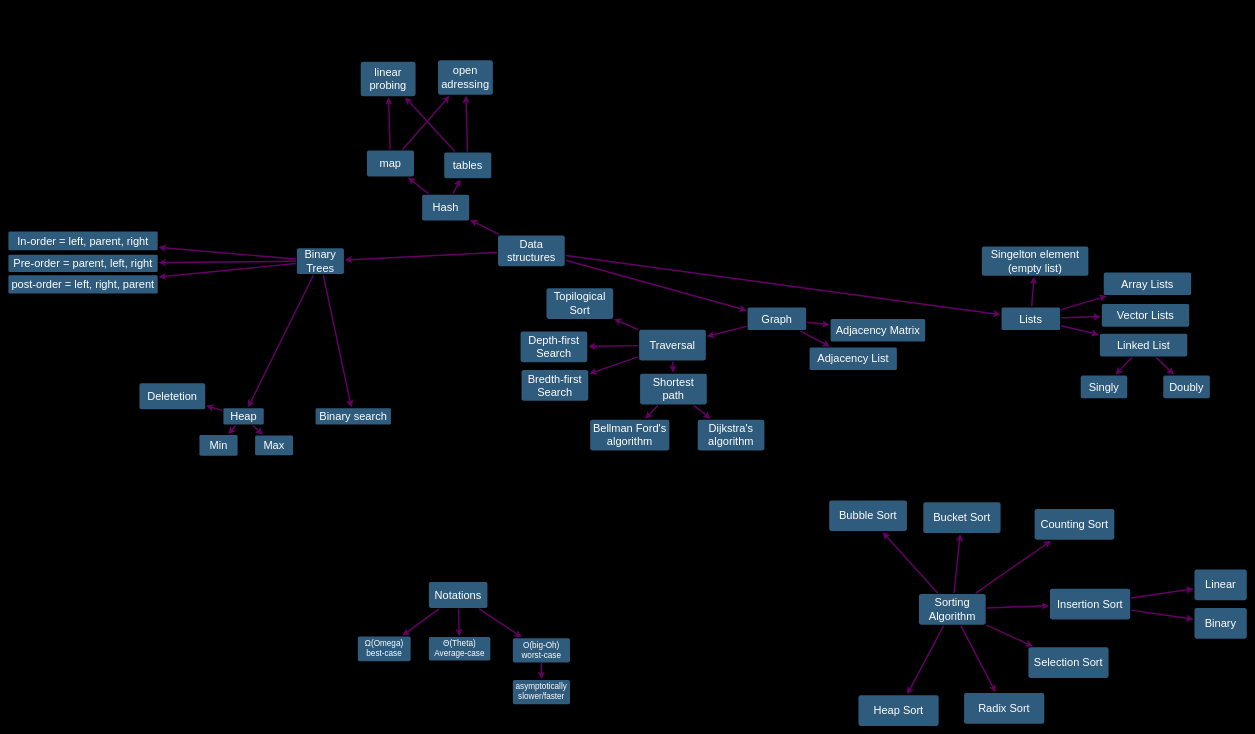
mogggen/Datastrukturer-och-algoritmer keeps this draw.io diagram as Datastrukturer och algoritmer/Topics map.drawio. Above is the earlier version. Source tidied: cells renumbered, new cells numbered last; positions are measured from the earlier drawing's top-left corner, leaving out a move shared by most shapes. Both pictures are drawn from the tidied source at 48%, with x=0, y=0 at pixel (8, 60).
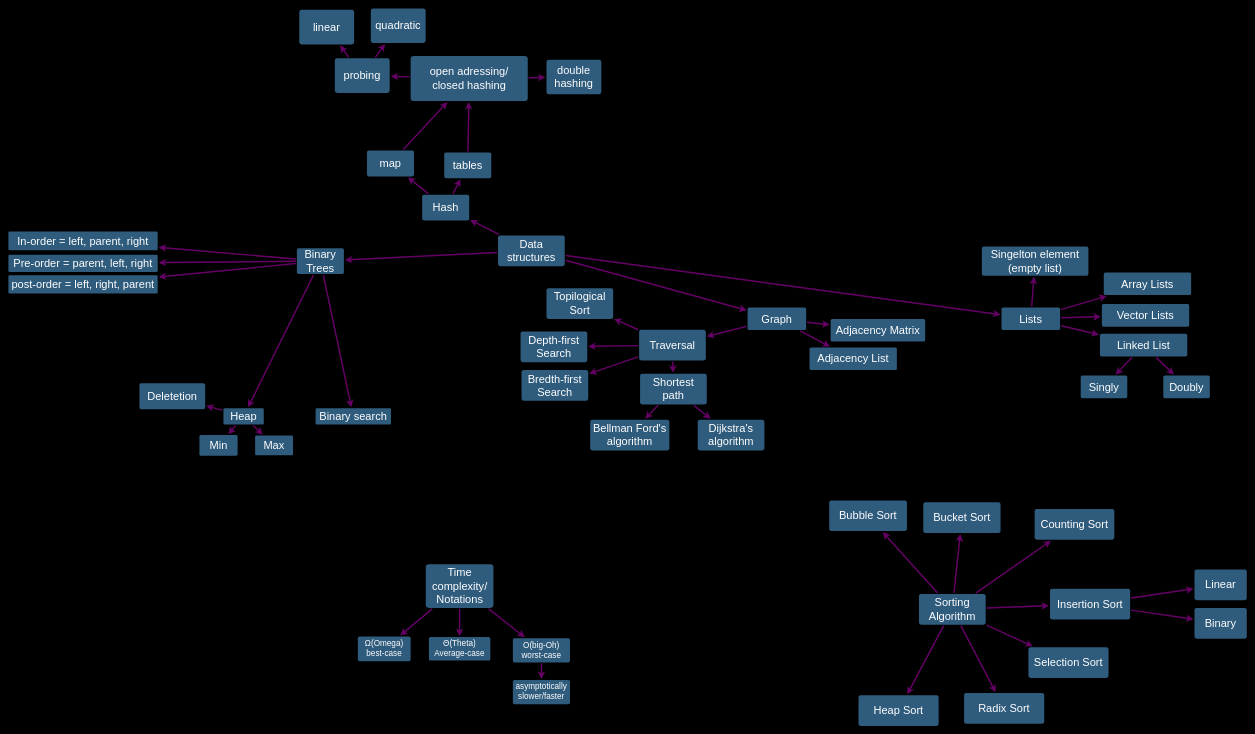
The same diagram, later.

The change refers to these unchanged cells:
```xml
<mxCell id="79" value="tables" style="rounded=1;whiteSpace=wrap;html=1;shadow=0;labelBackgroundColor=none;strokeColor=none;strokeWidth=3;fillColor=#2F5B7C;fontFamily=Helvetica;fontSize=23;fontColor=#FFFFFF;align=center;fontStyle=0;spacing=5;arcSize=7;perimeterSpacing=2;glass=0;" parent="1" vertex="1">
  <mxGeometry x="908" y="192" width="98" height="54" as="geometry" />
</mxCell>
<mxCell id="81" value="map" style="rounded=1;whiteSpace=wrap;html=1;shadow=0;labelBackgroundColor=none;strokeColor=none;strokeWidth=3;fillColor=#2F5B7C;fontFamily=Helvetica;fontSize=23;fontColor=#FFFFFF;align=center;fontStyle=0;spacing=5;arcSize=7;perimeterSpacing=2;glass=0;" parent="1" vertex="1">
  <mxGeometry x="747" y="188" width="98" height="54" as="geometry" />
</mxCell>
```

Diff of the diagram source:
```diff
@@
-    <mxCell id="27" value="Notations" style="rounded=1;whiteSpace=wrap;html=1;shadow=0;labelBackgroundColor=none;strokeColor=none;strokeWidth=3;fillColor=#2F5B7C;fontFamily=Helvetica;fontSize=23;fontColor=#FFFFFF;align=center;fontStyle=0;spacing=5;arcSize=7;perimeterSpacing=2;glass=0;" parent="1" vertex="1">
-      <mxGeometry x="876" y="1087" width="122" height="54" as="geometry" />
+    <mxCell id="27" value="Time complexity/ Notations" style="rounded=1;whiteSpace=wrap;html=1;shadow=0;labelBackgroundColor=none;strokeColor=none;strokeWidth=3;fillColor=#2F5B7C;fontFamily=Helvetica;fontSize=23;fontColor=#FFFFFF;align=center;fontStyle=0;spacing=5;arcSize=7;perimeterSpacing=2;glass=0;" parent="1" vertex="1">
+      <mxGeometry x="869.5" y="1050" width="141" height="91" as="geometry" />
     </mxCell>
@@
-    <mxCell id="83" value="linear probing" style="rounded=1;whiteSpace=wrap;html=1;shadow=0;labelBackgroundColor=none;strokeColor=none;strokeWidth=3;fillColor=#2F5B7C;fontFamily=Helvetica;fontSize=23;fontColor=#FFFFFF;align=center;fontStyle=0;spacing=5;arcSize=7;perimeterSpacing=2;glass=0;" parent="1" vertex="1">
-      <mxGeometry x="734" y="3" width="114.3" height="72" as="geometry" />
+    <mxCell id="83" value="linear" style="rounded=1;whiteSpace=wrap;html=1;shadow=0;labelBackgroundColor=none;strokeColor=none;strokeWidth=3;fillColor=#2F5B7C;fontFamily=Helvetica;fontSize=23;fontColor=#FFFFFF;align=center;fontStyle=0;spacing=5;arcSize=7;perimeterSpacing=2;glass=0;" parent="1" vertex="1">
+      <mxGeometry x="606" y="-105" width="114.3" height="72" as="geometry" />
     </mxCell>
-    <mxCell id="84" style="edgeStyle=none;rounded=0;jumpStyle=none;html=1;shadow=0;labelBackgroundColor=none;startArrow=none;startFill=0;endArrow=classic;endFill=1;jettySize=auto;strokeWidth=3;fontFamily=Helvetica;fontSize=16;fontColor=#23445D;spacing=5;fillColor=#e3c800;strokeColor=#660066;" parent="1" edge="1" source="79" target="83">
+    <mxCell id="84" style="edgeStyle=none;rounded=0;jumpStyle=none;html=1;shadow=0;labelBackgroundColor=none;startArrow=none;startFill=0;endArrow=classic;endFill=1;jettySize=auto;strokeWidth=3;fontFamily=Helvetica;fontSize=16;fontColor=#23445D;spacing=5;fillColor=#e3c800;strokeColor=#660066;" parent="1" edge="1" source="96" target="95">
       <mxGeometry relative="1" as="geometry" />
     </mxCell>
@@
-    <mxCell id="91" value="open adressing" style="rounded=1;whiteSpace=wrap;html=1;shadow=0;labelBackgroundColor=none;strokeColor=none;strokeWidth=3;fillColor=#2F5B7C;fontFamily=Helvetica;fontSize=23;fontColor=#FFFFFF;align=center;fontStyle=0;spacing=5;arcSize=7;perimeterSpacing=2;glass=0;" parent="1" vertex="1">
-      <mxGeometry x="895" width="114.3" height="72" as="geometry" />
+    <mxCell id="91" value="open adressing/ closed hashing" style="rounded=1;whiteSpace=wrap;html=1;shadow=0;labelBackgroundColor=none;strokeColor=none;strokeWidth=3;fillColor=#2F5B7C;fontFamily=Helvetica;fontSize=23;fontColor=#FFFFFF;align=center;fontStyle=0;spacing=5;arcSize=7;perimeterSpacing=2;glass=0;" parent="1" vertex="1">
+      <mxGeometry x="838" y="-9" width="244" height="94" as="geometry" />
     </mxCell>
@@
-    <mxCell id="93" style="edgeStyle=none;rounded=0;jumpStyle=none;html=1;shadow=0;labelBackgroundColor=none;startArrow=none;startFill=0;endArrow=classic;endFill=1;jettySize=auto;strokeWidth=3;fontFamily=Helvetica;fontSize=16;fontColor=#23445D;spacing=5;fillColor=#e3c800;strokeColor=#660066;" parent="1" edge="1" source="81" target="83">
+    <mxCell id="93" style="edgeStyle=none;rounded=0;jumpStyle=none;html=1;shadow=0;labelBackgroundColor=none;startArrow=none;startFill=0;endArrow=classic;endFill=1;jettySize=auto;strokeWidth=3;fontFamily=Helvetica;fontSize=16;fontColor=#23445D;spacing=5;fillColor=#e3c800;strokeColor=#660066;" parent="1" edge="1" source="96" target="83">
       <mxGeometry relative="1" as="geometry" />
     </mxCell>
@@
+    <mxCell id="95" value="quadratic" style="rounded=1;whiteSpace=wrap;html=1;shadow=0;labelBackgroundColor=none;strokeColor=none;strokeWidth=3;fillColor=#2F5B7C;fontFamily=Helvetica;fontSize=23;fontColor=#FFFFFF;align=center;fontStyle=0;spacing=5;arcSize=7;perimeterSpacing=2;glass=0;" parent="1" vertex="1">
+      <mxGeometry x="755" y="-108" width="114.3" height="72" as="geometry" />
+    </mxCell>
+    <mxCell id="96" value="probing" style="rounded=1;whiteSpace=wrap;html=1;shadow=0;labelBackgroundColor=none;strokeColor=none;strokeWidth=3;fillColor=#2F5B7C;fontFamily=Helvetica;fontSize=23;fontColor=#FFFFFF;align=center;fontStyle=0;spacing=5;arcSize=7;perimeterSpacing=2;glass=0;" parent="1" vertex="1">
+      <mxGeometry x="680" y="-4" width="114.3" height="72" as="geometry" />
+    </mxCell>
+    <mxCell id="97" style="edgeStyle=none;rounded=0;jumpStyle=none;html=1;shadow=0;labelBackgroundColor=none;startArrow=none;startFill=0;endArrow=classic;endFill=1;jettySize=auto;strokeWidth=3;fontFamily=Helvetica;fontSize=16;fontColor=#23445D;spacing=5;fillColor=#e3c800;strokeColor=#660066;" parent="1" edge="1" source="91" target="96">
+      <mxGeometry relative="1" as="geometry" />
+    </mxCell>
+    <mxCell id="98" value="double hashing" style="rounded=1;whiteSpace=wrap;html=1;shadow=0;labelBackgroundColor=none;strokeColor=none;strokeWidth=3;fillColor=#2F5B7C;fontFamily=Helvetica;fontSize=23;fontColor=#FFFFFF;align=center;fontStyle=0;spacing=5;arcSize=7;perimeterSpacing=2;glass=0;" parent="1" vertex="1">
+      <mxGeometry x="1121" y="-1" width="114.3" height="72" as="geometry" />
+    </mxCell>
+    <mxCell id="99" style="edgeStyle=none;rounded=0;jumpStyle=none;html=1;shadow=0;labelBackgroundColor=none;startArrow=none;startFill=0;endArrow=classic;endFill=1;jettySize=auto;strokeWidth=3;fontFamily=Helvetica;fontSize=16;fontColor=#23445D;spacing=5;fillColor=#e3c800;strokeColor=#660066;" parent="1" edge="1" source="91" target="98">
+      <mxGeometry relative="1" as="geometry" />
+    </mxCell>
```
